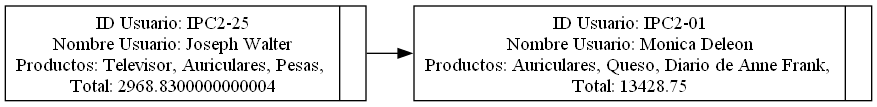
Before: Proyecto1/src/Reportes/ListaCompras.png, a diagram exported from Graphviz (202300512DanielH/IPC2_ProyectoVJ2024_21). Its source is kept beside it as Proyecto1/src/Reportes/ListaCompras.dot. The source it was exported from:
```dot
digraph G {
        rankdir=LR;
        node [shape = record, height = .1]node0 [label="{ID Usuario: IPC2-25\nNombre Usuario: Joseph Walter\nProductos:  Televisor, Auriculares, Pesas, \nTotal: 2968.8300000000004|<f1>}"];
node1 [label="{ID Usuario: IPC2-01\nNombre Usuario: Monica Deleon\nProductos:  Auriculares, Queso, Diario de Anne Frank, \nTotal: 13428.75|<f1>}"];
node0-> node1;
}
```
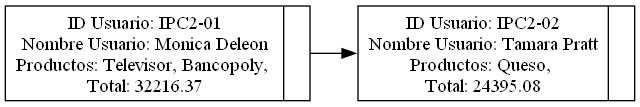
After the change.

What changed in the source:
```diff
@@ -1,6 +1,6 @@
 digraph G {
         rankdir=LR;
-        node [shape = record, height = .1]node0 [label="{ID Usuario: IPC2-25\nNombre Usuario: Joseph Walter\nProductos:  Televisor, Auriculares, Pesas, \nTotal: 2968.8300000000004|<f1>}"];
-node1 [label="{ID Usuario: IPC2-01\nNombre Usuario: Monica Deleon\nProductos:  Auriculares, Queso, Diario de Anne Frank, \nTotal: 13428.75|<f1>}"];
+        node [shape = record, height = .1]node0 [label="{ID Usuario: IPC2-01\nNombre Usuario: Monica Deleon\nProductos:  Televisor, Bancopoly, \nTotal: 32216.37|<f1>}"];
+node1 [label="{ID Usuario: IPC2-02\nNombre Usuario: Tamara Pratt\nProductos:  Queso, \nTotal: 24395.08|<f1>}"];
 node0-> node1;
 }
```
